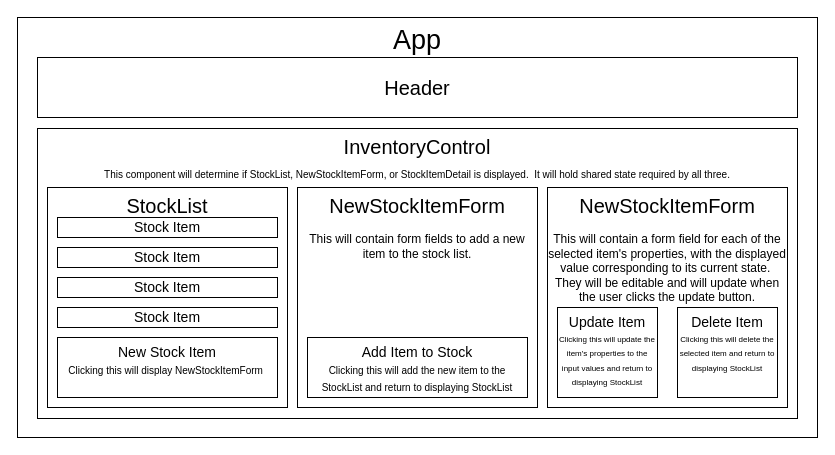
This is project-structure.drawio from NoahKise/inventory-tracker2.0, a draw.io file, before an edit. Source tidied: cells renumbered, new cells numbered last; positions are measured from the earlier drawing's top-left corner, leaving out a move shared by most shapes. Both pictures are drawn from the tidied source at 100%, with x=0, y=0 at pixel (17, 17).
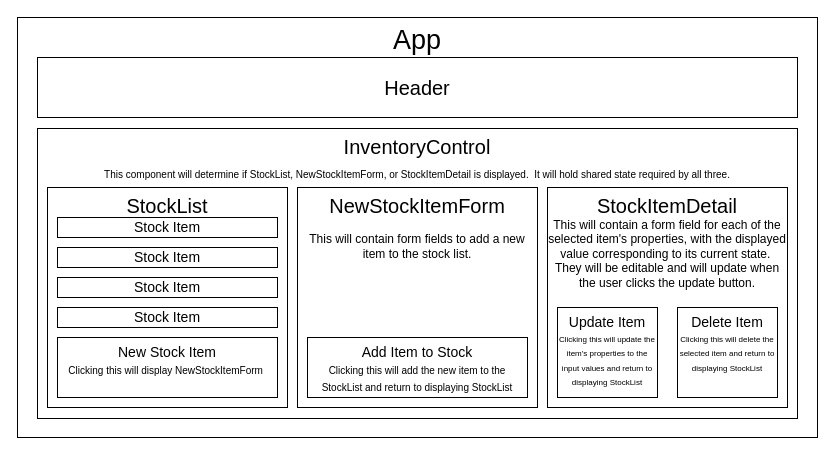
After the change.

Commit message:
Finish draft 2 project-structure.drawio

Change to the diagram source:
```diff
@@
 <mxGraphModel>
   <root>
     <mxCell id="0" />
     <mxCell id="1" parent="0" />
     <mxCell id="2" value="App" style="rounded=0;whiteSpace=wrap;html=1;verticalAlign=top;fontSize=27;" parent="1" vertex="1">
       <mxGeometry width="800" height="420" as="geometry" />
     </mxCell>
     <mxCell id="3" value="&lt;font style=&quot;font-size: 20px;&quot;&gt;Header&lt;/font&gt;" style="rounded=0;whiteSpace=wrap;html=1;" parent="1" vertex="1">
       <mxGeometry x="20" y="40" width="760" height="60" as="geometry" />
     </mxCell>
     <mxCell id="4" value="InventoryControl&lt;br style=&quot;font-size: 19px;&quot;&gt;&lt;font style=&quot;font-size: 10px;&quot;&gt;This&lt;/font&gt;&lt;font size=&quot;1&quot; style=&quot;&quot;&gt;&amp;nbsp;component will determine if StockList, NewStockItemForm, or StockItemDetail is displayed.&amp;nbsp; It will hold shared state required by all three.&lt;/font&gt;" style="rounded=0;whiteSpace=wrap;html=1;verticalAlign=top;fontSize=20;" parent="1" vertex="1">
       <mxGeometry x="20" y="111" width="760" height="290" as="geometry" />
     </mxCell>
     <mxCell id="5" value="&lt;font style=&quot;font-size: 20px;&quot;&gt;StockList&lt;/font&gt;" style="rounded=0;whiteSpace=wrap;html=1;verticalAlign=top;fontSize=17;" parent="1" vertex="1">
       <mxGeometry x="30" y="170" width="240" height="220" as="geometry" />
     </mxCell>
     <mxCell id="6" value="&lt;font style=&quot;&quot;&gt;&lt;font style=&quot;font-size: 20px;&quot;&gt;NewStockItemForm&lt;/font&gt;&lt;br&gt;&lt;br&gt;This will contain form fields to add a new item to the stock list.&lt;br&gt;&lt;/font&gt;" style="rounded=0;whiteSpace=wrap;html=1;verticalAlign=top;" parent="1" vertex="1">
       <mxGeometry x="280" y="170" width="240" height="220" as="geometry" />
     </mxCell>
     <mxCell id="7" value="New Stock Item&lt;br style=&quot;font-size: 13px;&quot;&gt;&lt;font size=&quot;1&quot;&gt;Clicking this will display NewStockItemForm&amp;nbsp;&lt;/font&gt;" style="rounded=0;whiteSpace=wrap;html=1;verticalAlign=top;fontSize=14;" parent="1" vertex="1">
       <mxGeometry x="40" y="320" width="220" height="60" as="geometry" />
     </mxCell>
     <mxCell id="8" value="Add Item to Stock&lt;br style=&quot;font-size: 13px;&quot;&gt;&lt;font size=&quot;1&quot;&gt;Clicking this will add the new item to the StockList and return to displaying StockList&lt;/font&gt;" style="rounded=0;whiteSpace=wrap;html=1;verticalAlign=top;fontSize=14;" parent="1" vertex="1">
       <mxGeometry x="290" y="320" width="220" height="60" as="geometry" />
     </mxCell>
     <mxCell id="9" value="&lt;font style=&quot;font-size: 14px;&quot;&gt;Stock Item&lt;/font&gt;" style="rounded=0;whiteSpace=wrap;html=1;" parent="1" vertex="1">
       <mxGeometry x="40" y="200" width="220" height="20" as="geometry" />
     </mxCell>
     <mxCell id="10" value="&lt;font style=&quot;font-size: 14px;&quot;&gt;Stock Item&lt;/font&gt;" style="rounded=0;whiteSpace=wrap;html=1;" parent="1" vertex="1">
       <mxGeometry x="40" y="230" width="220" height="20" as="geometry" />
     </mxCell>
     <mxCell id="11" value="&lt;font style=&quot;font-size: 14px;&quot;&gt;Stock Item&lt;/font&gt;" style="rounded=0;whiteSpace=wrap;html=1;" parent="1" vertex="1">
       <mxGeometry x="40" y="260" width="220" height="20" as="geometry" />
     </mxCell>
     <mxCell id="12" value="&lt;font style=&quot;font-size: 14px;&quot;&gt;Stock Item&lt;/font&gt;" style="rounded=0;whiteSpace=wrap;html=1;" parent="1" vertex="1">
       <mxGeometry x="40" y="290" width="220" height="20" as="geometry" />
     </mxCell>
-    <mxCell id="13" value="&lt;font style=&quot;&quot;&gt;&lt;font style=&quot;font-size: 20px;&quot;&gt;NewStockItemForm&lt;/font&gt;&lt;br&gt;&lt;br&gt;This will contain a form field for each of the selected item's properties, with the displayed value corresponding to its current state.&amp;nbsp; They will be editable and will update when the user clicks the update button.&lt;br&gt;&lt;/font&gt;" style="rounded=0;whiteSpace=wrap;html=1;verticalAlign=top;" parent="1" vertex="1">
+    <mxCell id="13" value="&lt;font style=&quot;&quot;&gt;&lt;span style=&quot;font-size: 20px;&quot;&gt;StockItemDetail&lt;/span&gt;&lt;br&gt;This will contain a form field for each of the selected item's properties, with the displayed value corresponding to its current state.&amp;nbsp; They will be editable and will update when the user clicks the update button.&lt;br&gt;&lt;/font&gt;" style="rounded=0;whiteSpace=wrap;html=1;verticalAlign=top;" parent="1" vertex="1">
       <mxGeometry x="530" y="170" width="240" height="220" as="geometry" />
     </mxCell>
     <mxCell id="14" value="&lt;font style=&quot;&quot;&gt;&lt;span style=&quot;font-size: 14px;&quot;&gt;Update Item&lt;/span&gt;&lt;br&gt;&lt;font style=&quot;font-size: 8px;&quot;&gt;Clicking this will update the item's properties to the input values and return to displaying StockList&lt;/font&gt;&lt;br&gt;&lt;/font&gt;" style="rounded=0;whiteSpace=wrap;html=1;verticalAlign=top;" parent="1" vertex="1">
       <mxGeometry x="540" y="290" width="100" height="90" as="geometry" />
     </mxCell>
     <mxCell id="15" value="&lt;font style=&quot;&quot;&gt;&lt;span style=&quot;font-size: 14px;&quot;&gt;Delete Item&lt;/span&gt;&lt;br&gt;&lt;font style=&quot;font-size: 8px;&quot;&gt;Clicking this will delete the selected item and return to displaying StockList&lt;/font&gt;&lt;br&gt;&lt;/font&gt;" style="rounded=0;whiteSpace=wrap;html=1;verticalAlign=top;" parent="1" vertex="1">
       <mxGeometry x="660" y="290" width="100" height="90" as="geometry" />
     </mxCell>
   </root>
 </mxGraphModel>
```
